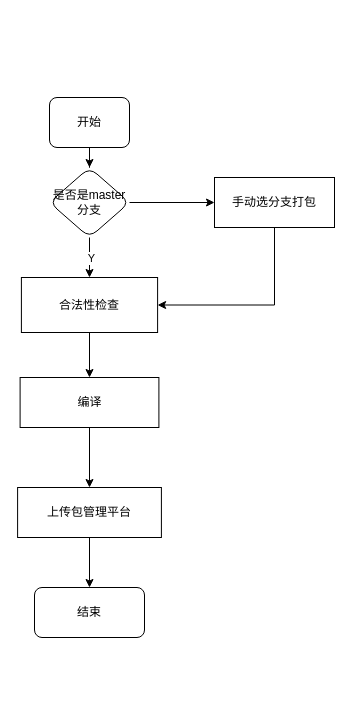
The draw.io diagram Untitled Diagram.drawio in yangliu199102/study, before the edit. Source tidied: cells renumbered, new cells numbered last; positions are measured from the earlier drawing's top-left corner, leaving out a move shared by most shapes. Both pictures are drawn from the tidied source at 100%, with x=0, y=0 at pixel (17, 97).
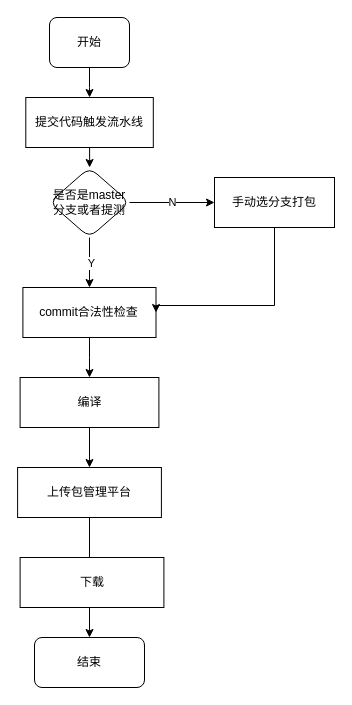
The same diagram, later.

Unchanged cells that the change refers to:
```xml
<mxCell id="16" value="手动选分支打包" style="rounded=0;whiteSpace=wrap;html=1;" parent="1" vertex="1">
  <mxGeometry x="197" y="80" width="120" height="50" as="geometry" />
</mxCell>
```

Change to the diagram source:
```diff
@@
-    <mxCell id="2" style="edgeStyle=orthogonalEdgeStyle;rounded=0;jettySize=auto;html=1;" parent="1" edge="1" source="3" target="14">
-      <mxGeometry relative="1" as="geometry" />
-    </mxCell>
+    <mxCell id="17" style="edgeStyle=orthogonalEdgeStyle;rounded=0;jettySize=auto;html=1;exitX=0.5;exitY=1;exitDx=0;exitDy=0;" parent="1" edge="1" source="3" target="19">
+      <mxGeometry relative="1" as="geometry" />
+    </mxCell>
     <mxCell id="3" value="开始" style="rounded=1;whiteSpace=wrap;html=1;" parent="1" vertex="1">
-      <mxGeometry x="32" width="80" height="50" as="geometry" />
+      <mxGeometry x="32" y="-80" width="80" height="50" as="geometry" />
     </mxCell>
@@
-    <mxCell id="5" value="合法性检查" style="rounded=0;whiteSpace=wrap;html=1;" parent="1" vertex="1">
-      <mxGeometry x="3.9" y="180" width="136.2" height="55" as="geometry" />
+    <mxCell id="5" value="commit合法性检查" style="rounded=0;whiteSpace=wrap;html=1;" parent="1" vertex="1">
+      <mxGeometry x="5.4" y="190" width="133.1" height="50" as="geometry" />
     </mxCell>
@@
     <mxCell id="9" value="上传包管理平台" style="whiteSpace=wrap;html=1;rounded=0;" parent="1" vertex="1">
-      <mxGeometry x="0.1" y="390" width="143.8" height="50" as="geometry" />
+      <mxGeometry x="0.1" y="370" width="143.8" height="50" as="geometry" />
     </mxCell>
     <mxCell id="10" value="结束" style="rounded=1;whiteSpace=wrap;html=1;" parent="1" vertex="1">
-      <mxGeometry x="17" y="490" width="110" height="50" as="geometry" />
+      <mxGeometry x="17" y="540" width="110" height="50" as="geometry" />
     </mxCell>
@@
-    <mxCell id="13" style="edgeStyle=orthogonalEdgeStyle;rounded=0;jettySize=auto;html=1;exitX=1;exitY=0.5;exitDx=0;exitDy=0;entryX=0;entryY=0.5;entryDx=0;entryDy=0;" parent="1" edge="1" source="14" target="16">
+    <mxCell id="13" value="N" style="edgeStyle=orthogonalEdgeStyle;rounded=0;jettySize=auto;html=1;exitX=1;exitY=0.5;exitDx=0;exitDy=0;entryX=0;entryY=0.5;entryDx=0;entryDy=0;" parent="1" edge="1" source="14" target="16">
       <mxGeometry relative="1" as="geometry" />
     </mxCell>
-    <mxCell id="14" value="是否是master分支" style="rhombus;whiteSpace=wrap;html=1;rounded=1;" parent="1" vertex="1">
+    <mxCell id="14" value="是否是master分支或者提测" style="rhombus;whiteSpace=wrap;html=1;rounded=1;" parent="1" vertex="1">
       <mxGeometry x="32" y="70" width="80" height="70" as="geometry" />
     </mxCell>
@@
+    <mxCell id="18" style="edgeStyle=orthogonalEdgeStyle;rounded=0;jettySize=auto;html=1;" parent="1" edge="1" source="19" target="14">
+      <mxGeometry relative="1" as="geometry" />
+    </mxCell>
+    <mxCell id="19" value="提交代码触发流水线" style="rounded=0;whiteSpace=wrap;html=1;" parent="1" vertex="1">
+      <mxGeometry x="8.3" width="127.5" height="50" as="geometry" />
+    </mxCell>
+    <mxCell id="20" value="下载" style="whiteSpace=wrap;html=1;rounded=0;" parent="1" vertex="1">
+      <mxGeometry x="2.6" y="460" width="143.8" height="50" as="geometry" />
+    </mxCell>
```
